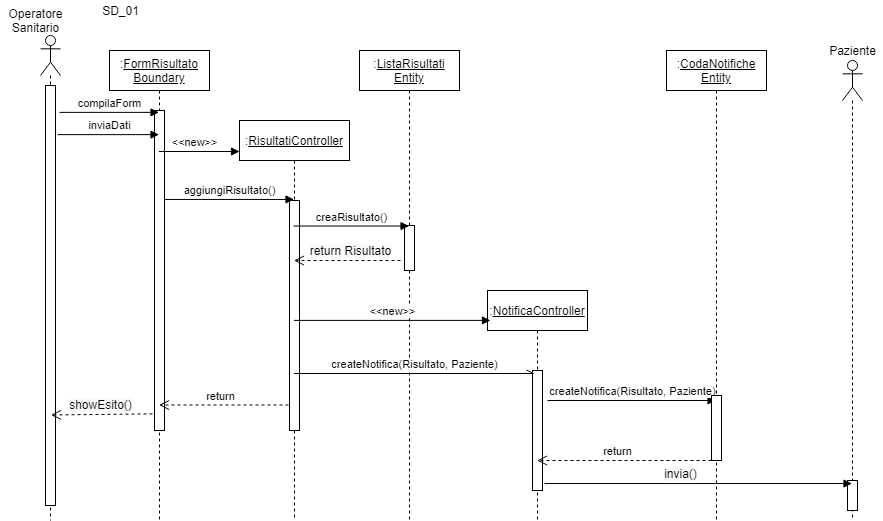
lorycris99/Team-HILO keeps this draw.io diagram as Diagrammi/Sequence Diagram/Sequence Diagram-SD_01 new.png. Above is the earlier version. Source tidied: cells renumbered, new cells last; positions are measured from the earlier drawing's top-left corner, leaving out a move shared by most shapes. Its diagram source:
```xml
<mxGraphModel>
  <root>
    <mxCell id="0" />
    <mxCell id="1" parent="0" />
    <mxCell id="2" value=":&lt;u&gt;FormRisultato&lt;br&gt;Boundary&lt;/u&gt;" style="shape=umlLifeline;perimeter=lifelinePerimeter;whiteSpace=wrap;html=1;outlineConnect=0;" parent="1" vertex="1">
      <mxGeometry x="109" y="50" width="100" height="470" as="geometry" />
    </mxCell>
    <mxCell id="3" style="html=1;points=[];perimeter=orthogonalPerimeter;" parent="2" vertex="1">
      <mxGeometry x="45" y="60" width="10" height="320" as="geometry" />
    </mxCell>
    <mxCell id="4" value=":&lt;u&gt;RisultatiController&lt;/u&gt;" style="shape=umlLifeline;perimeter=lifelinePerimeter;whiteSpace=wrap;html=1;outlineConnect=0;size=40;" parent="1" vertex="1">
      <mxGeometry x="239" y="120" width="110" height="400" as="geometry" />
    </mxCell>
    <mxCell id="5" style="html=1;points=[];perimeter=orthogonalPerimeter;" parent="4" vertex="1">
      <mxGeometry x="50" y="80" width="10" height="230" as="geometry" />
    </mxCell>
    <mxCell id="6" value=":&lt;u&gt;NotificaController&lt;/u&gt;" style="shape=umlLifeline;perimeter=lifelinePerimeter;whiteSpace=wrap;html=1;outlineConnect=0;" parent="1" vertex="1">
      <mxGeometry x="487" y="290" width="100" height="230" as="geometry" />
    </mxCell>
    <mxCell id="7" style="html=1;points=[];perimeter=orthogonalPerimeter;" parent="6" vertex="1">
      <mxGeometry x="45" y="80" width="10" height="120" as="geometry" />
    </mxCell>
    <mxCell id="8" value=":&lt;u&gt;ListaRisultati Entity&lt;/u&gt;" style="shape=umlLifeline;perimeter=lifelinePerimeter;whiteSpace=wrap;html=1;outlineConnect=0;" parent="1" vertex="1">
      <mxGeometry x="359" y="50" width="100" height="470" as="geometry" />
    </mxCell>
    <mxCell id="9" style="html=1;perimeter=orthogonalPerimeter;" parent="8" vertex="1">
      <mxGeometry x="45" y="175" width="10" height="45" as="geometry" />
    </mxCell>
    <mxCell id="10" style="shape=umlLifeline;participant=umlActor;perimeter=lifelinePerimeter;whiteSpace=wrap;html=1;verticalAlign=top;spacingTop=36;" parent="1" vertex="1">
      <mxGeometry x="40" y="35" width="20" height="485" as="geometry" />
    </mxCell>
    <mxCell id="11" style="html=1;points=[];perimeter=orthogonalPerimeter;" parent="10" vertex="1">
      <mxGeometry x="5" y="50" width="10" height="420" as="geometry" />
    </mxCell>
    <mxCell id="12" value="compilaForm" style="html=1;verticalAlign=bottom;endArrow=block;exitX=1.4;exitY=0.064;exitDx=0;exitDy=0;exitPerimeter=0;" parent="1" edge="1" source="11" target="2">
      <mxGeometry relative="1" as="geometry" />
    </mxCell>
    <mxCell id="13" value="&amp;lt;&amp;lt;new&amp;gt;&amp;gt;" style="html=1;verticalAlign=bottom;endArrow=block;" parent="1" edge="1" source="2">
      <mxGeometry x="-0.13" relative="1" as="geometry">
        <mxPoint x="239" y="151" as="targetPoint" />
      </mxGeometry>
    </mxCell>
    <mxCell id="14" value="createNotifica(Risultato, Paziente)" style="html=1;verticalAlign=bottom;endArrow=block;" parent="1" edge="1" target="19">
      <mxGeometry x="0.01" relative="1" as="geometry">
        <mxPoint x="547" y="400" as="sourcePoint" />
      </mxGeometry>
    </mxCell>
    <mxCell id="15" value="creaRisultato()" style="html=1;verticalAlign=bottom;endArrow=block;exitX=0.4;exitY=0.111;exitDx=0;exitDy=0;exitPerimeter=0;" parent="1" edge="1" source="5" target="8">
      <mxGeometry relative="1" as="geometry" />
    </mxCell>
    <mxCell id="16" value="aggiungiRisultato()" style="html=1;verticalAlign=bottom;endArrow=block;exitX=1;exitY=0.278;exitDx=0;exitDy=0;exitPerimeter=0;" parent="1" edge="1" source="3" target="4">
      <mxGeometry relative="1" as="geometry" />
    </mxCell>
    <mxCell id="17" value="&amp;lt;&amp;lt;new&amp;gt;&amp;gt;" style="html=1;verticalAlign=bottom;endArrow=block;entryX=0.03;entryY=0.13;entryDx=0;entryDy=0;entryPerimeter=0;" parent="1" edge="1" source="4" target="6">
      <mxGeometry relative="1" as="geometry" />
    </mxCell>
    <mxCell id="18" value="createNotifica(Risultato, Paziente)" style="html=1;verticalAlign=bottom;endArrow=openAsync;endFill=0;entryX=0.1;entryY=0.025;entryDx=0;entryDy=0;entryPerimeter=0;" parent="1" edge="1" source="4" target="7">
      <mxGeometry relative="1" as="geometry" />
    </mxCell>
    <mxCell id="19" value=":&lt;u&gt;CodaNotifiche&lt;br&gt;Entity&lt;br&gt;&lt;/u&gt;" style="shape=umlLifeline;perimeter=lifelinePerimeter;whiteSpace=wrap;html=1;outlineConnect=0;" parent="1" vertex="1">
      <mxGeometry x="666" y="50" width="100" height="470" as="geometry" />
    </mxCell>
    <mxCell id="20" style="html=1;points=[];perimeter=orthogonalPerimeter;" parent="19" vertex="1">
      <mxGeometry x="45" y="345" width="10" height="65" as="geometry" />
    </mxCell>
    <mxCell id="21" value="&lt;span style=&quot;font-size: 12px ; background-color: rgb(248 , 249 , 250)&quot;&gt;return Risultato&lt;/span&gt;" style="html=1;verticalAlign=bottom;endArrow=open;dashed=1;endSize=8;" parent="1" edge="1" target="4">
      <mxGeometry x="-0.06" relative="1" as="geometry">
        <mxPoint x="400" y="260" as="sourcePoint" />
      </mxGeometry>
    </mxCell>
    <mxCell id="22" value="return" style="html=1;verticalAlign=bottom;endArrow=open;dashed=1;endSize=8;exitX=0;exitY=1;exitDx=0;exitDy=0;exitPerimeter=0;" parent="1" edge="1" source="20" target="6">
      <mxGeometry x="0.08" relative="1" as="geometry" />
    </mxCell>
    <mxCell id="23" value="Operatore&lt;br&gt;Sanitario" style="text;html=1;align=center;verticalAlign=middle;" parent="1" vertex="1">
      <mxGeometry y="5" width="70" height="30" as="geometry" />
    </mxCell>
    <mxCell id="24" value="SD_01" style="text;html=1;align=center;verticalAlign=middle;" parent="1" vertex="1">
      <mxGeometry x="95" width="50" height="20" as="geometry" />
    </mxCell>
    <mxCell id="25" value="return" style="html=1;verticalAlign=bottom;endArrow=open;dashed=1;endSize=8;" parent="1" edge="1" target="2">
      <mxGeometry x="0.05" relative="1" as="geometry">
        <mxPoint x="288" y="404.5" as="sourcePoint" />
      </mxGeometry>
    </mxCell>
    <mxCell id="26" style="shape=umlLifeline;participant=umlActor;perimeter=lifelinePerimeter;whiteSpace=wrap;html=1;verticalAlign=top;spacingTop=36;outlineConnect=0;" parent="1" vertex="1">
      <mxGeometry x="842" y="60" width="20" height="460" as="geometry" />
    </mxCell>
    <mxCell id="27" style="html=1;perimeter=orthogonalPerimeter;" parent="26" vertex="1">
      <mxGeometry x="5" y="420" width="10" height="30" as="geometry" />
    </mxCell>
    <mxCell id="28" value="&lt;span style=&quot;font-size: 12px ; background-color: rgb(248 , 249 , 250)&quot;&gt;invia()&lt;/span&gt;" style="html=1;verticalAlign=bottom;endArrow=block;exitX=1.2;exitY=0.942;exitDx=0;exitDy=0;exitPerimeter=0;" parent="1" edge="1" source="7" target="26">
      <mxGeometry x="-0.12" relative="1" as="geometry" />
    </mxCell>
    <mxCell id="29" value="Paziente" style="text;html=1;align=center;verticalAlign=middle;" parent="1" vertex="1">
      <mxGeometry x="822" y="40" width="60" height="20" as="geometry" />
    </mxCell>
    <mxCell id="30" value="&lt;span style=&quot;font-size: 12px ; background-color: rgb(248 , 249 , 250)&quot;&gt;showEsito()&lt;/span&gt;" style="html=1;verticalAlign=bottom;endArrow=open;dashed=1;endSize=8;exitX=-0.2;exitY=0.948;exitDx=0;exitDy=0;exitPerimeter=0;" parent="1" edge="1" source="3">
      <mxGeometry x="0.02" relative="1" as="geometry">
        <mxPoint x="50.5" y="414.5" as="targetPoint" />
      </mxGeometry>
    </mxCell>
    <mxCell id="31" value="inviaDati" style="html=1;verticalAlign=bottom;endArrow=block;exitX=1.2;exitY=0.117;exitDx=0;exitDy=0;exitPerimeter=0;" parent="1" edge="1" source="11" target="2">
      <mxGeometry x="0.02" relative="1" as="geometry" />
    </mxCell>
  </root>
</mxGraphModel>
```
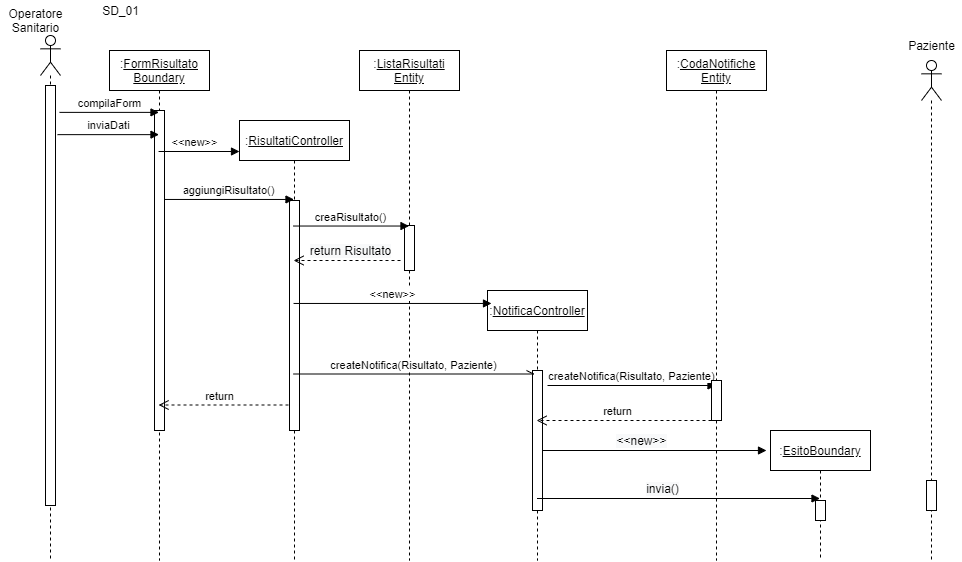
Above is the later version.

Change to the diagram source:
```diff
@@ -1,106 +1,116 @@
 <mxGraphModel>
   <root>
-    <mxCell id="0" />
-    <mxCell id="1" parent="0" />
+    <mxCell id="32" />
+    <mxCell id="33" parent="32" />
-    <mxCell id="2" value=":&lt;u&gt;FormRisultato&lt;br&gt;Boundary&lt;/u&gt;" style="shape=umlLifeline;perimeter=lifelinePerimeter;whiteSpace=wrap;html=1;outlineConnect=0;" parent="1" vertex="1">
-      <mxGeometry x="109" y="50" width="100" height="470" as="geometry" />
+    <mxCell id="2" value=":&lt;u&gt;FormRisultato&lt;br&gt;Boundary&lt;/u&gt;" style="shape=umlLifeline;perimeter=lifelinePerimeter;whiteSpace=wrap;html=1;outlineConnect=0;" parent="33" vertex="1">
+      <mxGeometry x="109" y="50" width="100" height="510" as="geometry" />
     </mxCell>
     <mxCell id="3" style="html=1;points=[];perimeter=orthogonalPerimeter;" parent="2" vertex="1">
       <mxGeometry x="45" y="60" width="10" height="320" as="geometry" />
     </mxCell>
-    <mxCell id="4" value=":&lt;u&gt;RisultatiController&lt;/u&gt;" style="shape=umlLifeline;perimeter=lifelinePerimeter;whiteSpace=wrap;html=1;outlineConnect=0;size=40;" parent="1" vertex="1">
-      <mxGeometry x="239" y="120" width="110" height="400" as="geometry" />
+    <mxCell id="4" value=":&lt;u&gt;RisultatiController&lt;/u&gt;" style="shape=umlLifeline;perimeter=lifelinePerimeter;whiteSpace=wrap;html=1;outlineConnect=0;size=40;" parent="33" vertex="1">
+      <mxGeometry x="239" y="120" width="110" height="440" as="geometry" />
     </mxCell>
     <mxCell id="5" style="html=1;points=[];perimeter=orthogonalPerimeter;" parent="4" vertex="1">
       <mxGeometry x="50" y="80" width="10" height="230" as="geometry" />
     </mxCell>
-    <mxCell id="6" value=":&lt;u&gt;NotificaController&lt;/u&gt;" style="shape=umlLifeline;perimeter=lifelinePerimeter;whiteSpace=wrap;html=1;outlineConnect=0;" parent="1" vertex="1">
-      <mxGeometry x="487" y="290" width="100" height="230" as="geometry" />
+    <mxCell id="6" value=":&lt;u&gt;NotificaController&lt;/u&gt;" style="shape=umlLifeline;perimeter=lifelinePerimeter;whiteSpace=wrap;html=1;outlineConnect=0;" parent="33" vertex="1">
+      <mxGeometry x="487" y="290" width="100" height="270" as="geometry" />
     </mxCell>
-    <mxCell id="7" style="html=1;points=[];perimeter=orthogonalPerimeter;" parent="6" vertex="1">
-      <mxGeometry x="45" y="80" width="10" height="120" as="geometry" />
-    </mxCell>
+    <mxCell id="34" style="html=1;points=[];perimeter=orthogonalPerimeter;" parent="6" vertex="1">
+      <mxGeometry x="45" y="80" width="10" height="140" as="geometry" />
+    </mxCell>
-    <mxCell id="8" value=":&lt;u&gt;ListaRisultati Entity&lt;/u&gt;" style="shape=umlLifeline;perimeter=lifelinePerimeter;whiteSpace=wrap;html=1;outlineConnect=0;" parent="1" vertex="1">
-      <mxGeometry x="359" y="50" width="100" height="470" as="geometry" />
+    <mxCell id="8" value=":&lt;u&gt;ListaRisultati Entity&lt;/u&gt;" style="shape=umlLifeline;perimeter=lifelinePerimeter;whiteSpace=wrap;html=1;outlineConnect=0;" parent="33" vertex="1">
+      <mxGeometry x="359" y="50" width="100" height="510" as="geometry" />
     </mxCell>
     <mxCell id="9" style="html=1;perimeter=orthogonalPerimeter;" parent="8" vertex="1">
       <mxGeometry x="45" y="175" width="10" height="45" as="geometry" />
     </mxCell>
-    <mxCell id="10" style="shape=umlLifeline;participant=umlActor;perimeter=lifelinePerimeter;whiteSpace=wrap;html=1;verticalAlign=top;spacingTop=36;" parent="1" vertex="1">
-      <mxGeometry x="40" y="35" width="20" height="485" as="geometry" />
-    </mxCell>
+    <mxCell id="35" style="shape=umlLifeline;participant=umlActor;perimeter=lifelinePerimeter;whiteSpace=wrap;html=1;verticalAlign=top;spacingTop=36;" parent="33" vertex="1">
+      <mxGeometry x="40" y="35" width="20" height="525" as="geometry" />
+    </mxCell>
-    <mxCell id="11" style="html=1;points=[];perimeter=orthogonalPerimeter;" parent="10" vertex="1">
+    <mxCell id="11" style="html=1;points=[];perimeter=orthogonalPerimeter;" parent="35" vertex="1">
       <mxGeometry x="5" y="50" width="10" height="420" as="geometry" />
     </mxCell>
-    <mxCell id="12" value="compilaForm" style="html=1;verticalAlign=bottom;endArrow=block;exitX=1.4;exitY=0.064;exitDx=0;exitDy=0;exitPerimeter=0;" parent="1" edge="1" source="11" target="2">
+    <mxCell id="12" value="compilaForm" style="html=1;verticalAlign=bottom;endArrow=block;exitX=1.4;exitY=0.064;exitDx=0;exitDy=0;exitPerimeter=0;" parent="33" edge="1" source="11" target="2">
       <mxGeometry relative="1" as="geometry" />
     </mxCell>
-    <mxCell id="13" value="&amp;lt;&amp;lt;new&amp;gt;&amp;gt;" style="html=1;verticalAlign=bottom;endArrow=block;" parent="1" edge="1" source="2">
+    <mxCell id="13" value="&amp;lt;&amp;lt;new&amp;gt;&amp;gt;" style="html=1;verticalAlign=bottom;endArrow=block;" parent="33" edge="1" source="2">
       <mxGeometry x="-0.13" relative="1" as="geometry">
         <mxPoint x="239" y="151" as="targetPoint" />
       </mxGeometry>
     </mxCell>
-    <mxCell id="14" value="createNotifica(Risultato, Paziente)" style="html=1;verticalAlign=bottom;endArrow=block;" parent="1" edge="1" target="19">
+    <mxCell id="14" value="createNotifica(Risultato, Paziente)" style="html=1;verticalAlign=bottom;endArrow=block;" parent="33" edge="1">
       <mxGeometry x="0.01" relative="1" as="geometry">
-        <mxPoint x="547" y="400" as="sourcePoint" />
+        <mxPoint x="547" y="385" as="sourcePoint" />
+        <mxPoint x="715.5" y="385" as="targetPoint" />
       </mxGeometry>
     </mxCell>
-    <mxCell id="15" value="creaRisultato()" style="html=1;verticalAlign=bottom;endArrow=block;exitX=0.4;exitY=0.111;exitDx=0;exitDy=0;exitPerimeter=0;" parent="1" edge="1" source="5" target="8">
+    <mxCell id="15" value="creaRisultato()" style="html=1;verticalAlign=bottom;endArrow=block;exitX=0.4;exitY=0.111;exitDx=0;exitDy=0;exitPerimeter=0;" parent="33" edge="1" source="5" target="8">
       <mxGeometry relative="1" as="geometry" />
     </mxCell>
-    <mxCell id="16" value="aggiungiRisultato()" style="html=1;verticalAlign=bottom;endArrow=block;exitX=1;exitY=0.278;exitDx=0;exitDy=0;exitPerimeter=0;" parent="1" edge="1" source="3" target="4">
+    <mxCell id="16" value="aggiungiRisultato()" style="html=1;verticalAlign=bottom;endArrow=block;exitX=1;exitY=0.278;exitDx=0;exitDy=0;exitPerimeter=0;" parent="33" edge="1" source="3" target="4">
       <mxGeometry relative="1" as="geometry" />
     </mxCell>
-    <mxCell id="17" value="&amp;lt;&amp;lt;new&amp;gt;&amp;gt;" style="html=1;verticalAlign=bottom;endArrow=block;entryX=0.03;entryY=0.13;entryDx=0;entryDy=0;entryPerimeter=0;" parent="1" edge="1" source="4" target="6">
+    <mxCell id="17" value="&amp;lt;&amp;lt;new&amp;gt;&amp;gt;" style="html=1;verticalAlign=bottom;endArrow=block;entryX=0.04;entryY=0.048;entryDx=0;entryDy=0;entryPerimeter=0;" parent="33" edge="1" source="4" target="6">
       <mxGeometry relative="1" as="geometry" />
     </mxCell>
-    <mxCell id="18" value="createNotifica(Risultato, Paziente)" style="html=1;verticalAlign=bottom;endArrow=openAsync;endFill=0;entryX=0.1;entryY=0.025;entryDx=0;entryDy=0;entryPerimeter=0;" parent="1" edge="1" source="4" target="7">
+    <mxCell id="18" value="createNotifica(Risultato, Paziente)" style="html=1;verticalAlign=bottom;endArrow=openAsync;endFill=0;entryX=0.1;entryY=0.025;entryDx=0;entryDy=0;entryPerimeter=0;" parent="33" edge="1" source="4" target="34">
       <mxGeometry relative="1" as="geometry" />
     </mxCell>
-    <mxCell id="19" value=":&lt;u&gt;CodaNotifiche&lt;br&gt;Entity&lt;br&gt;&lt;/u&gt;" style="shape=umlLifeline;perimeter=lifelinePerimeter;whiteSpace=wrap;html=1;outlineConnect=0;" parent="1" vertex="1">
-      <mxGeometry x="666" y="50" width="100" height="470" as="geometry" />
+    <mxCell id="19" value=":&lt;u&gt;CodaNotifiche&lt;br&gt;Entity&lt;br&gt;&lt;/u&gt;" style="shape=umlLifeline;perimeter=lifelinePerimeter;whiteSpace=wrap;html=1;outlineConnect=0;" parent="33" vertex="1">
+      <mxGeometry x="666" y="50" width="100" height="510" as="geometry" />
     </mxCell>
-    <mxCell id="20" style="html=1;points=[];perimeter=orthogonalPerimeter;" parent="19" vertex="1">
-      <mxGeometry x="45" y="345" width="10" height="65" as="geometry" />
-    </mxCell>
+    <mxCell id="36" style="html=1;points=[];perimeter=orthogonalPerimeter;" parent="19" vertex="1">
+      <mxGeometry x="45" y="330" width="10" height="40" as="geometry" />
+    </mxCell>
-    <mxCell id="21" value="&lt;span style=&quot;font-size: 12px ; background-color: rgb(248 , 249 , 250)&quot;&gt;return Risultato&lt;/span&gt;" style="html=1;verticalAlign=bottom;endArrow=open;dashed=1;endSize=8;" parent="1" edge="1" target="4">
+    <mxCell id="21" value="&lt;span style=&quot;font-size: 12px ; background-color: rgb(248 , 249 , 250)&quot;&gt;return Risultato&lt;/span&gt;" style="html=1;verticalAlign=bottom;endArrow=open;dashed=1;endSize=8;" parent="33" edge="1" target="4">
       <mxGeometry x="-0.06" relative="1" as="geometry">
         <mxPoint x="400" y="260" as="sourcePoint" />
       </mxGeometry>
     </mxCell>
-    <mxCell id="22" value="return" style="html=1;verticalAlign=bottom;endArrow=open;dashed=1;endSize=8;exitX=0;exitY=1;exitDx=0;exitDy=0;exitPerimeter=0;" parent="1" edge="1" source="20" target="6">
+    <mxCell id="22" value="return" style="html=1;verticalAlign=bottom;endArrow=open;dashed=1;endSize=8;exitX=0;exitY=1;exitDx=0;exitDy=0;exitPerimeter=0;" parent="33" edge="1" source="36" target="6">
       <mxGeometry x="0.08" relative="1" as="geometry" />
     </mxCell>
-    <mxCell id="23" value="Operatore&lt;br&gt;Sanitario" style="text;html=1;align=center;verticalAlign=middle;" parent="1" vertex="1">
+    <mxCell id="23" value="Operatore&lt;br&gt;Sanitario" style="text;html=1;align=center;verticalAlign=middle;" parent="33" vertex="1">
       <mxGeometry y="5" width="70" height="30" as="geometry" />
     </mxCell>
-    <mxCell id="24" value="SD_01" style="text;html=1;align=center;verticalAlign=middle;" parent="1" vertex="1">
+    <mxCell id="24" value="SD_01" style="text;html=1;align=center;verticalAlign=middle;" parent="33" vertex="1">
       <mxGeometry x="95" width="50" height="20" as="geometry" />
     </mxCell>
-    <mxCell id="25" value="return" style="html=1;verticalAlign=bottom;endArrow=open;dashed=1;endSize=8;" parent="1" edge="1" target="2">
+    <mxCell id="25" value="return" style="html=1;verticalAlign=bottom;endArrow=open;dashed=1;endSize=8;" parent="33" edge="1" target="2">
       <mxGeometry x="0.05" relative="1" as="geometry">
         <mxPoint x="288" y="404.5" as="sourcePoint" />
       </mxGeometry>
     </mxCell>
-    <mxCell id="26" style="shape=umlLifeline;participant=umlActor;perimeter=lifelinePerimeter;whiteSpace=wrap;html=1;verticalAlign=top;spacingTop=36;outlineConnect=0;" parent="1" vertex="1">
-      <mxGeometry x="842" y="60" width="20" height="460" as="geometry" />
-    </mxCell>
+    <mxCell id="37" style="shape=umlLifeline;participant=umlActor;perimeter=lifelinePerimeter;whiteSpace=wrap;html=1;verticalAlign=top;spacingTop=36;" parent="33" vertex="1">
+      <mxGeometry x="921" y="60" width="20" height="500" as="geometry" />
+    </mxCell>
-    <mxCell id="27" style="html=1;perimeter=orthogonalPerimeter;" parent="26" vertex="1">
+    <mxCell id="27" style="html=1;perimeter=orthogonalPerimeter;" parent="37" vertex="1">
       <mxGeometry x="5" y="420" width="10" height="30" as="geometry" />
     </mxCell>
-    <mxCell id="28" value="&lt;span style=&quot;font-size: 12px ; background-color: rgb(248 , 249 , 250)&quot;&gt;invia()&lt;/span&gt;" style="html=1;verticalAlign=bottom;endArrow=block;exitX=1.2;exitY=0.942;exitDx=0;exitDy=0;exitPerimeter=0;" parent="1" edge="1" source="7" target="26">
-      <mxGeometry x="-0.12" relative="1" as="geometry" />
+    <mxCell id="28" value="&lt;span style=&quot;font-size: 12px ; background-color: rgb(248 , 249 , 250)&quot;&gt;invia()&lt;/span&gt;" style="html=1;verticalAlign=bottom;endArrow=block;" parent="33" edge="1" target="39">
+      <mxGeometry x="-0.12" relative="1" as="geometry">
+        <mxPoint x="536.5" y="498" as="sourcePoint" />
+      </mxGeometry>
     </mxCell>
-    <mxCell id="29" value="Paziente" style="text;html=1;align=center;verticalAlign=middle;" parent="1" vertex="1">
-      <mxGeometry x="822" y="40" width="60" height="20" as="geometry" />
+    <mxCell id="29" value="Paziente" style="text;html=1;align=center;verticalAlign=middle;" parent="33" vertex="1">
+      <mxGeometry x="901" y="35" width="60" height="20" as="geometry" />
     </mxCell>
-    <mxCell id="30" value="&lt;span style=&quot;font-size: 12px ; background-color: rgb(248 , 249 , 250)&quot;&gt;showEsito()&lt;/span&gt;" style="html=1;verticalAlign=bottom;endArrow=open;dashed=1;endSize=8;exitX=-0.2;exitY=0.948;exitDx=0;exitDy=0;exitPerimeter=0;" parent="1" edge="1" source="3">
-      <mxGeometry x="0.02" relative="1" as="geometry">
-        <mxPoint x="50.5" y="414.5" as="targetPoint" />
-      </mxGeometry>
-    </mxCell>
-    <mxCell id="31" value="inviaDati" style="html=1;verticalAlign=bottom;endArrow=block;exitX=1.2;exitY=0.117;exitDx=0;exitDy=0;exitPerimeter=0;" parent="1" edge="1" source="11" target="2">
+    <mxCell id="31" value="inviaDati" style="html=1;verticalAlign=bottom;endArrow=block;exitX=1.2;exitY=0.117;exitDx=0;exitDy=0;exitPerimeter=0;" parent="33" edge="1" source="11" target="2">
       <mxGeometry x="0.02" relative="1" as="geometry" />
     </mxCell>
+    <mxCell id="38" value="&lt;span style=&quot;font-size: 12px ; background-color: rgb(248 , 249 , 250)&quot;&gt;&amp;lt;&amp;lt;new&amp;gt;&amp;gt;&lt;/span&gt;" style="html=1;verticalAlign=bottom;endArrow=block;" parent="33" edge="1">
+      <mxGeometry x="-0.12" relative="1" as="geometry">
+        <mxPoint x="542.5" y="450" as="sourcePoint" />
+        <mxPoint x="766" y="450" as="targetPoint" />
+      </mxGeometry>
+    </mxCell>
+    <mxCell id="39" value=":&lt;u&gt;EsitoBoundary&lt;br&gt;&lt;/u&gt;" style="shape=umlLifeline;perimeter=lifelinePerimeter;whiteSpace=wrap;html=1;outlineConnect=0;" parent="33" vertex="1">
+      <mxGeometry x="770" y="430" width="100" height="130" as="geometry" />
+    </mxCell>
+    <mxCell id="40" style="html=1;perimeter=orthogonalPerimeter;" parent="39" vertex="1">
+      <mxGeometry x="45" y="70" width="10" height="20" as="geometry" />
+    </mxCell>
   </root>
 </mxGraphModel>
```
